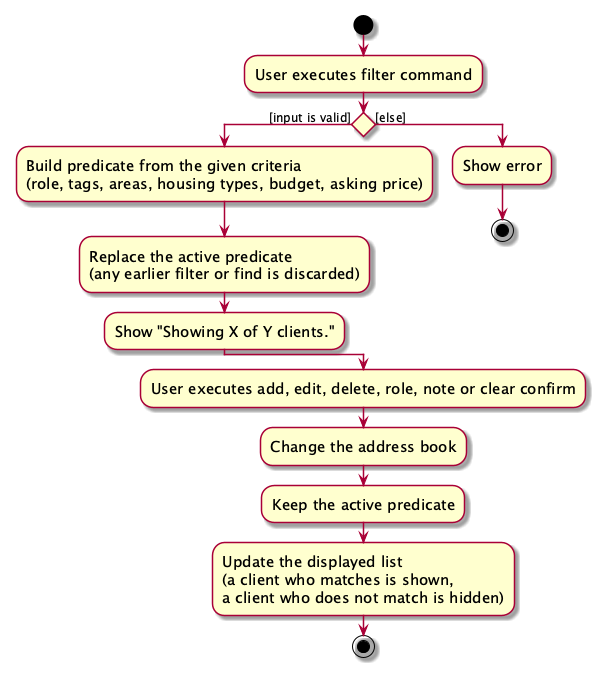
Above: docs/images/FilterActivityDiagram.png in AY2627S1-CS2103T-W09-3/tp (PlantUML), before the change.
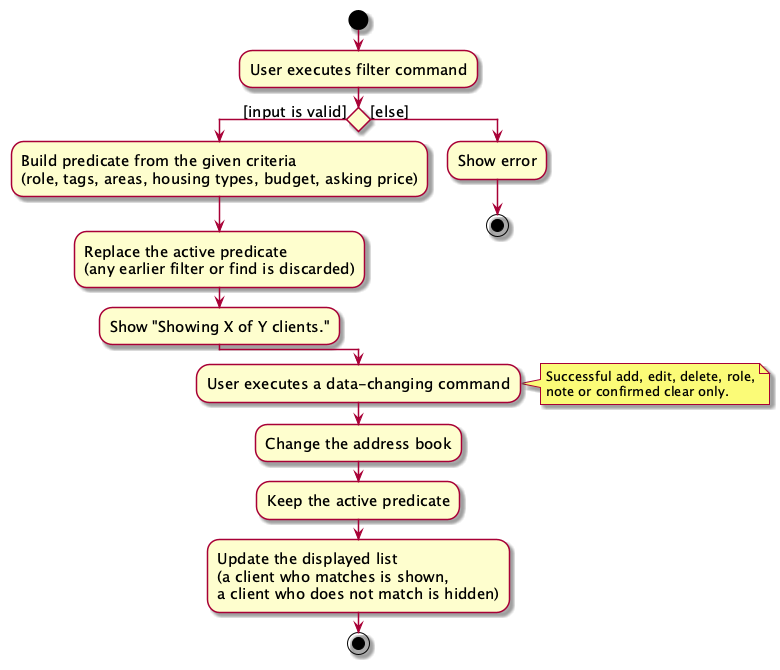
Later version of the same file.

Diff of the diagram source:
```diff
@@ -1,7 +1,7 @@
 @startuml
 skin rose
 skinparam ActivityFontSize 15
-skinparam ArrowFontSize 12
+skinparam ArrowFontSize 15
 start
 :User executes filter command;
 
@@ -17,7 +17,11 @@
     stop
 endif
 
-:User executes add, edit, delete, role, note or clear confirm;
+:User executes a data-changing command;
+note right
+Successful add, edit, delete, role,
+note or confirmed clear only.
+end note
 :Change the address book;
 :Keep the active predicate;
 :Update the displayed list
```
